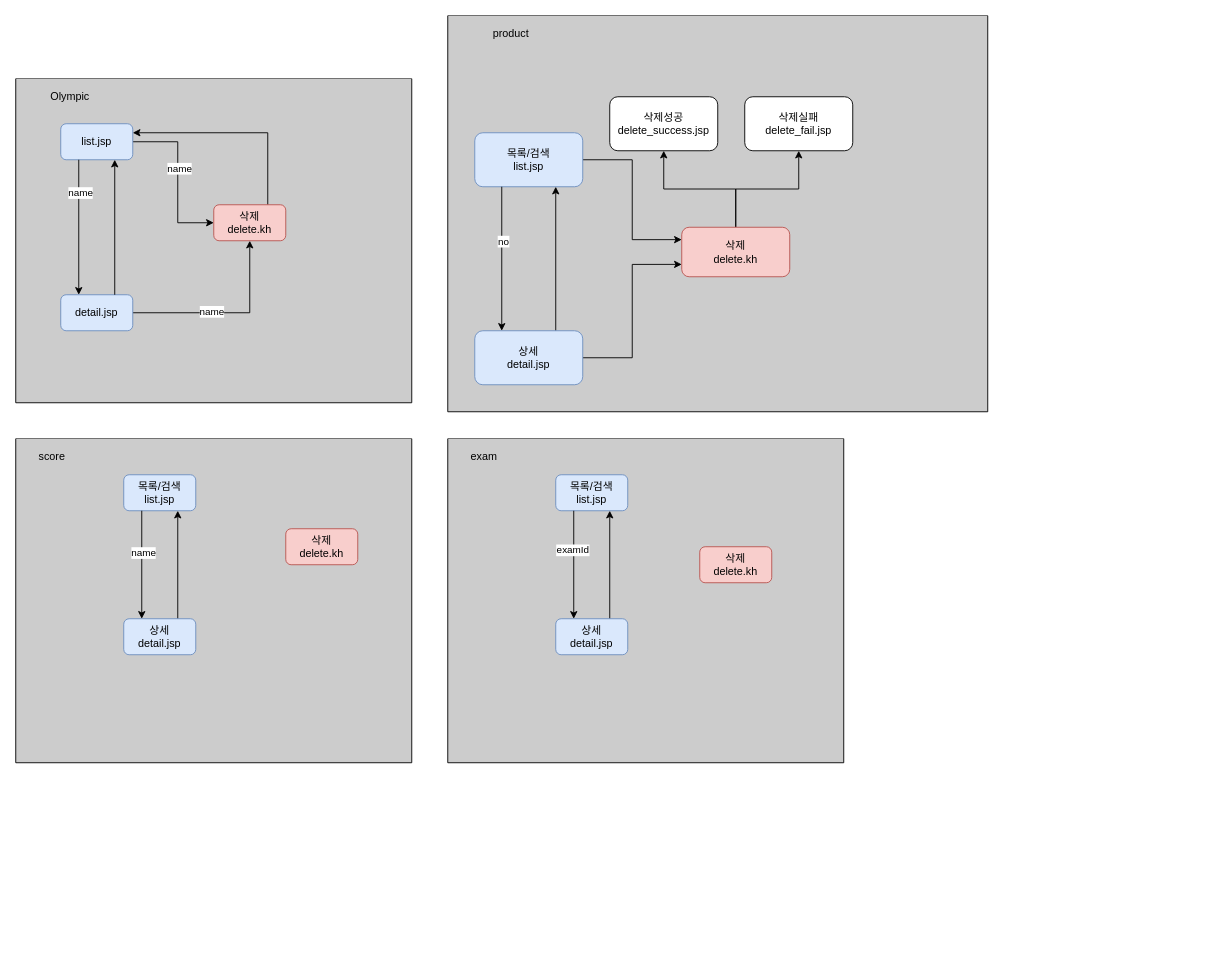
This is kh/study.drawio from junyup0503/diagram, a draw.io file, before an edit. Source tidied: cells renumbered, new cells numbered last; positions are measured from the earlier drawing's top-left corner, leaving out a move shared by most shapes. Both pictures are drawn from the tidied source at 90%, with x=0, y=0 at pixel (15, 15).
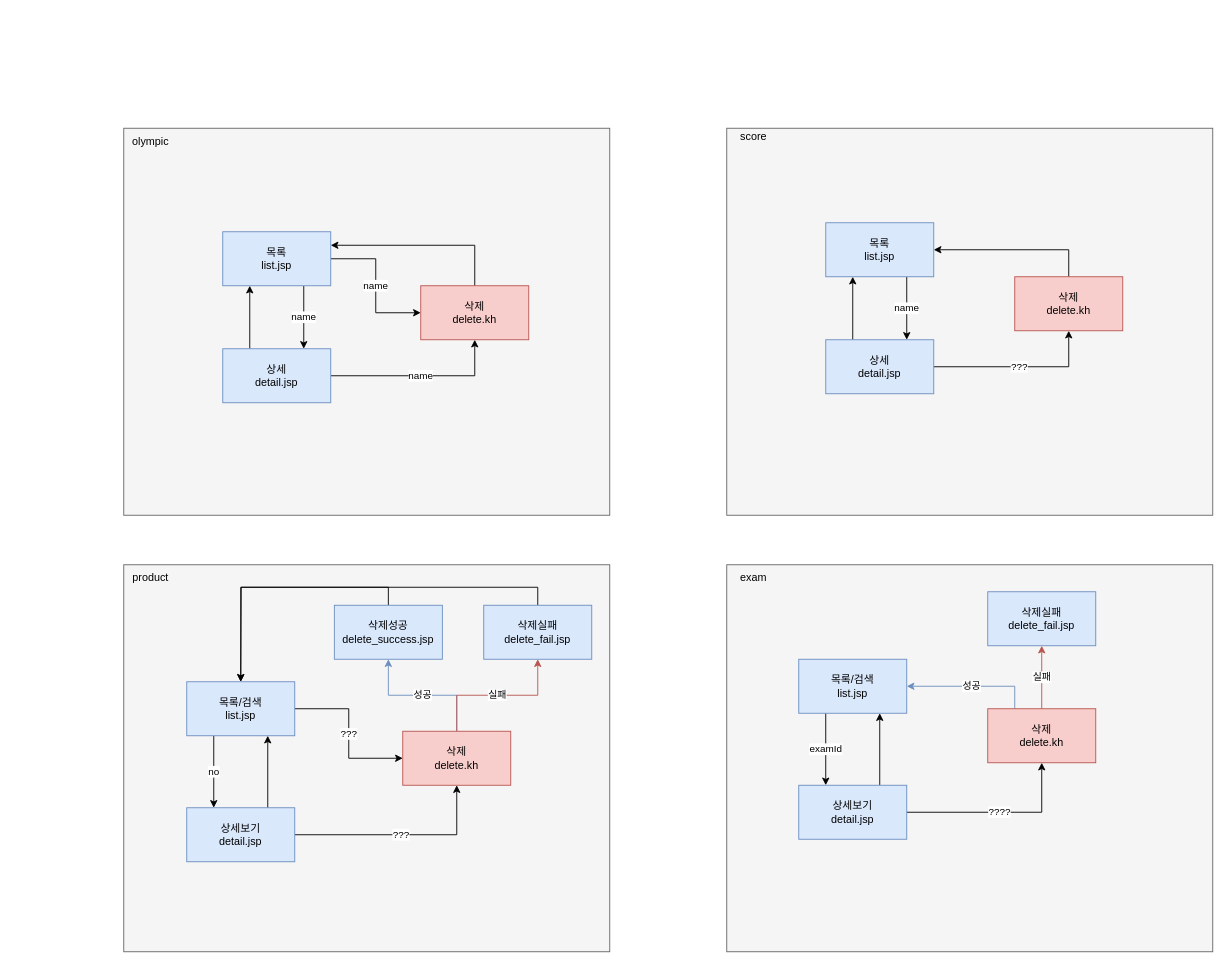
The same diagram, later.

The edit, as a diff of the source:
```diff
@@
-    <mxCell id="2" style="swimlane;startSize=0;rounded=1;swimlaneFillColor=#CCCCCC;" parent="1" vertex="1">
-      <mxGeometry x="480" width="600" height="440" as="geometry" />
-    </mxCell>
+    <mxCell id="46" style="rounded=0;whiteSpace=wrap;html=1;fillColor=#f5f5f5;fontColor=#333333;strokeColor=#666666;" parent="1" vertex="1">
+      <mxGeometry x="120" y="125" width="540" height="430" as="geometry" />
+    </mxCell>
+    <mxCell id="47" value="name" style="edgeStyle=orthogonalEdgeStyle;rounded=0;jettySize=auto;html=1;exitX=0.75;exitY=1;exitDx=0;exitDy=0;entryX=0.75;entryY=0;entryDx=0;entryDy=0;" parent="1" edge="1" source="49" target="52">
+      <mxGeometry relative="1" as="geometry" />
+    </mxCell>
+    <mxCell id="48" value="name" style="edgeStyle=orthogonalEdgeStyle;rounded=0;jettySize=auto;html=1;exitX=1;exitY=0.5;exitDx=0;exitDy=0;entryX=0;entryY=0.5;entryDx=0;entryDy=0;" parent="1" edge="1" source="49" target="72">
+      <mxGeometry relative="1" as="geometry" />
+    </mxCell>
+    <mxCell id="49" value="목록&lt;br&gt;list.jsp" style="rounded=0;whiteSpace=wrap;html=1;fillColor=#dae8fc;strokeColor=#6c8ebf;" parent="1" vertex="1">
+      <mxGeometry x="230" y="240" width="120" height="60" as="geometry" />
+    </mxCell>
+    <mxCell id="50" style="edgeStyle=orthogonalEdgeStyle;rounded=0;jettySize=auto;html=1;exitX=0.25;exitY=0;exitDx=0;exitDy=0;entryX=0.25;entryY=1;entryDx=0;entryDy=0;" parent="1" edge="1" source="52" target="49">
+      <mxGeometry relative="1" as="geometry" />
+    </mxCell>
+    <mxCell id="51" value="name" style="edgeStyle=orthogonalEdgeStyle;rounded=0;jettySize=auto;html=1;exitX=1;exitY=0.5;exitDx=0;exitDy=0;entryX=0.5;entryY=1;entryDx=0;entryDy=0;" parent="1" edge="1" source="52" target="72">
+      <mxGeometry relative="1" as="geometry" />
+    </mxCell>
+    <mxCell id="52" value="상세&lt;br&gt;detail.jsp" style="rounded=0;whiteSpace=wrap;html=1;fillColor=#dae8fc;strokeColor=#6c8ebf;" parent="1" vertex="1">
+      <mxGeometry x="230" y="370" width="120" height="60" as="geometry" />
+    </mxCell>
+    <mxCell id="53" value="olympic" style="text;html=1;strokeColor=none;fillColor=none;align=center;verticalAlign=middle;whiteSpace=wrap;rounded=0;" parent="1" vertex="1">
+      <mxGeometry x="120" y="125" width="60" height="30" as="geometry" />
+    </mxCell>
+    <mxCell id="54" style="rounded=0;whiteSpace=wrap;html=1;fillColor=#f5f5f5;fontColor=#333333;strokeColor=#666666;" parent="1" vertex="1">
+      <mxGeometry x="790" y="125" width="540" height="430" as="geometry" />
+    </mxCell>
+    <mxCell id="31" value="score" style="text;html=1;strokeColor=none;fillColor=none;align=center;verticalAlign=middle;whiteSpace=wrap;rounded=0;" parent="1" vertex="1">
+      <mxGeometry x="790" y="120" width="60" height="30" as="geometry" />
+    </mxCell>
+    <mxCell id="55" value="name" style="edgeStyle=orthogonalEdgeStyle;rounded=0;jettySize=auto;html=1;exitX=0.75;exitY=1;exitDx=0;exitDy=0;entryX=0.75;entryY=0;entryDx=0;entryDy=0;" parent="1" edge="1" source="56" target="59">
+      <mxGeometry relative="1" as="geometry" />
+    </mxCell>
+    <mxCell id="56" value="목록&lt;br&gt;list.jsp" style="rounded=0;whiteSpace=wrap;html=1;fillColor=#dae8fc;strokeColor=#6c8ebf;" parent="1" vertex="1">
+      <mxGeometry x="900" y="230" width="120" height="60" as="geometry" />
+    </mxCell>
+    <mxCell id="57" style="edgeStyle=orthogonalEdgeStyle;rounded=0;jettySize=auto;html=1;exitX=0.25;exitY=0;exitDx=0;exitDy=0;entryX=0.25;entryY=1;entryDx=0;entryDy=0;" parent="1" edge="1" source="59" target="56">
+      <mxGeometry relative="1" as="geometry" />
+    </mxCell>
+    <mxCell id="58" value="???" style="edgeStyle=orthogonalEdgeStyle;rounded=0;jettySize=auto;html=1;exitX=1;exitY=0.5;exitDx=0;exitDy=0;entryX=0.5;entryY=1;entryDx=0;entryDy=0;" parent="1" edge="1" source="59" target="74">
+      <mxGeometry relative="1" as="geometry" />
+    </mxCell>
+    <mxCell id="59" value="상세&lt;br&gt;detail.jsp" style="rounded=0;whiteSpace=wrap;html=1;fillColor=#dae8fc;strokeColor=#6c8ebf;" parent="1" vertex="1">
+      <mxGeometry x="900" y="360" width="120" height="60" as="geometry" />
+    </mxCell>
+    <mxCell id="60" style="rounded=0;whiteSpace=wrap;html=1;fillColor=#f5f5f5;fontColor=#333333;strokeColor=#666666;" parent="1" vertex="1">
+      <mxGeometry x="120" y="610" width="540" height="430" as="geometry" />
+    </mxCell>
-    <mxCell id="3" value="product" style="text;html=1;align=center;verticalAlign=middle;strokeColor=none;fillColor=none;rounded=1;" parent="2" vertex="1">
-      <mxGeometry x="40" y="10" width="60" height="20" as="geometry" />
+    <mxCell id="3" value="product" style="text;html=1;strokeColor=none;fillColor=none;align=center;verticalAlign=middle;whiteSpace=wrap;rounded=0;" parent="1" vertex="1">
+      <mxGeometry x="120" y="610" width="60" height="30" as="geometry" />
     </mxCell>
-    <mxCell id="4" style="edgeStyle=orthogonalEdgeStyle;rounded=0;jettySize=auto;html=1;exitX=1;exitY=0.5;exitDx=0;exitDy=0;entryX=0;entryY=0.25;entryDx=0;entryDy=0;" parent="2" edge="1" source="5" target="13">
-      <mxGeometry relative="1" as="geometry" />
-    </mxCell>
-    <mxCell id="5" value="목록/검색&lt;br&gt;list.jsp" style="whiteSpace=wrap;html=1;rounded=1;fillColor=#dae8fc;strokeColor=#6c8ebf;" parent="2" vertex="1">
-      <mxGeometry x="30" y="130" width="120" height="60" as="geometry" />
-    </mxCell>
-    <mxCell id="6" style="edgeStyle=orthogonalEdgeStyle;jettySize=auto;html=1;exitX=0.75;exitY=0;exitDx=0;exitDy=0;entryX=0.75;entryY=1;entryDx=0;entryDy=0;rounded=1;" parent="2" edge="1" source="8" target="5">
-      <mxGeometry relative="1" as="geometry" />
-    </mxCell>
-    <mxCell id="7" style="edgeStyle=orthogonalEdgeStyle;rounded=0;jettySize=auto;html=1;exitX=1;exitY=0.5;exitDx=0;exitDy=0;entryX=0;entryY=0.75;entryDx=0;entryDy=0;" parent="2" edge="1" source="8" target="13">
-      <mxGeometry relative="1" as="geometry" />
-    </mxCell>
-    <mxCell id="8" value="상세&lt;br&gt;detail.jsp" style="whiteSpace=wrap;html=1;rounded=1;fillColor=#dae8fc;strokeColor=#6c8ebf;" parent="2" vertex="1">
-      <mxGeometry x="30" y="350" width="120" height="60" as="geometry" />
-    </mxCell>
-    <mxCell id="9" style="endArrow=classic;html=1;exitX=0.25;exitY=1;exitDx=0;exitDy=0;entryX=0.25;entryY=0;entryDx=0;entryDy=0;rounded=1;" parent="2" edge="1" source="5" target="8">
-      <mxGeometry relative="1" as="geometry" />
-    </mxCell>
-    <mxCell id="10" value="no" style="edgeLabel;html=1;align=center;verticalAlign=middle;" parent="9" vertex="1">
-      <mxGeometry x="-0.25" y="1" relative="1" as="geometry" />
+    <mxCell id="10" value="no" style="edgeStyle=orthogonalEdgeStyle;rounded=0;jettySize=auto;html=1;exitX=0.25;exitY=1;exitDx=0;exitDy=0;entryX=0.25;entryY=0;entryDx=0;entryDy=0;" parent="1" edge="1" source="62" target="65">
+      <mxGeometry relative="1" as="geometry" />
     </mxCell>
-    <mxCell id="11" style="edgeStyle=orthogonalEdgeStyle;rounded=0;jettySize=auto;html=1;exitX=0.5;exitY=0;exitDx=0;exitDy=0;entryX=0.5;entryY=1;entryDx=0;entryDy=0;" parent="2" edge="1" source="13" target="14">
-      <mxGeometry relative="1" as="geometry" />
-    </mxCell>
-    <mxCell id="12" style="edgeStyle=orthogonalEdgeStyle;rounded=0;jettySize=auto;html=1;exitX=0.5;exitY=0;exitDx=0;exitDy=0;entryX=0.5;entryY=1;entryDx=0;entryDy=0;" parent="2" edge="1" source="13" target="16">
-      <mxGeometry relative="1" as="geometry" />
-    </mxCell>
-    <mxCell id="13" value="삭제&lt;br&gt;delete.kh" style="rounded=1;whiteSpace=wrap;html=1;fillColor=#f8cecc;strokeColor=#b85450;" parent="2" vertex="1">
-      <mxGeometry x="260" y="235" width="120" height="55" as="geometry" />
-    </mxCell>
+    <mxCell id="61" value="???" style="edgeStyle=orthogonalEdgeStyle;rounded=0;jettySize=auto;html=1;exitX=1;exitY=0.5;exitDx=0;exitDy=0;entryX=0;entryY=0.5;entryDx=0;entryDy=0;" parent="1" edge="1" source="62" target="77">
+      <mxGeometry relative="1" as="geometry" />
+    </mxCell>
+    <mxCell id="62" value="목록/검색&lt;br&gt;list.jsp" style="rounded=0;whiteSpace=wrap;html=1;fillColor=#dae8fc;strokeColor=#6c8ebf;" parent="1" vertex="1">
+      <mxGeometry x="190" y="740" width="120" height="60" as="geometry" />
+    </mxCell>
+    <mxCell id="63" style="edgeStyle=orthogonalEdgeStyle;rounded=0;jettySize=auto;html=1;exitX=0.75;exitY=0;exitDx=0;exitDy=0;entryX=0.75;entryY=1;entryDx=0;entryDy=0;" parent="1" edge="1" source="65" target="62">
+      <mxGeometry relative="1" as="geometry" />
+    </mxCell>
+    <mxCell id="64" value="???" style="edgeStyle=orthogonalEdgeStyle;rounded=0;jettySize=auto;html=1;exitX=1;exitY=0.5;exitDx=0;exitDy=0;entryX=0.5;entryY=1;entryDx=0;entryDy=0;" parent="1" edge="1" source="65" target="77">
+      <mxGeometry relative="1" as="geometry" />
+    </mxCell>
+    <mxCell id="65" value="상세보기&lt;br&gt;detail.jsp" style="rounded=0;whiteSpace=wrap;html=1;fillColor=#dae8fc;strokeColor=#6c8ebf;" parent="1" vertex="1">
+      <mxGeometry x="190" y="880" width="120" height="60" as="geometry" />
+    </mxCell>
+    <mxCell id="66" style="rounded=0;whiteSpace=wrap;html=1;fillColor=#f5f5f5;fontColor=#333333;strokeColor=#666666;" parent="1" vertex="1">
+      <mxGeometry x="790" y="610" width="540" height="430" as="geometry" />
+    </mxCell>
+    <mxCell id="39" value="exam" style="text;html=1;strokeColor=none;fillColor=none;align=center;verticalAlign=middle;whiteSpace=wrap;rounded=0;" parent="1" vertex="1">
+      <mxGeometry x="790" y="610" width="60" height="30" as="geometry" />
+    </mxCell>
+    <mxCell id="44" value="examId" style="edgeStyle=orthogonalEdgeStyle;rounded=0;jettySize=auto;html=1;exitX=0.25;exitY=1;exitDx=0;exitDy=0;entryX=0.25;entryY=0;entryDx=0;entryDy=0;" parent="1" edge="1" source="67" target="70">
+      <mxGeometry relative="1" as="geometry" />
+    </mxCell>
+    <mxCell id="67" value="목록/검색&lt;br&gt;list.jsp" style="rounded=0;whiteSpace=wrap;html=1;fillColor=#dae8fc;strokeColor=#6c8ebf;" parent="1" vertex="1">
+      <mxGeometry x="870" y="715" width="120" height="60" as="geometry" />
+    </mxCell>
+    <mxCell id="68" style="edgeStyle=orthogonalEdgeStyle;rounded=0;jettySize=auto;html=1;exitX=0.75;exitY=0;exitDx=0;exitDy=0;entryX=0.75;entryY=1;entryDx=0;entryDy=0;" parent="1" edge="1" source="70" target="67">
+      <mxGeometry relative="1" as="geometry" />
+    </mxCell>
+    <mxCell id="69" value="????" style="edgeStyle=orthogonalEdgeStyle;rounded=0;jettySize=auto;html=1;exitX=1;exitY=0.5;exitDx=0;exitDy=0;entryX=0.5;entryY=1;entryDx=0;entryDy=0;" parent="1" edge="1" source="70" target="83">
+      <mxGeometry relative="1" as="geometry" />
+    </mxCell>
+    <mxCell id="70" value="상세보기&lt;br&gt;detail.jsp" style="rounded=0;whiteSpace=wrap;html=1;fillColor=#dae8fc;strokeColor=#6c8ebf;" parent="1" vertex="1">
+      <mxGeometry x="870" y="855" width="120" height="60" as="geometry" />
+    </mxCell>
+    <mxCell id="71" style="edgeStyle=orthogonalEdgeStyle;rounded=0;jettySize=auto;html=1;exitX=0.5;exitY=0;exitDx=0;exitDy=0;entryX=1;entryY=0.25;entryDx=0;entryDy=0;" parent="1" edge="1" source="72" target="49">
+      <mxGeometry relative="1" as="geometry" />
+    </mxCell>
+    <mxCell id="72" value="삭제&lt;br&gt;delete.kh" style="rounded=0;whiteSpace=wrap;html=1;fillColor=#f8cecc;strokeColor=#b85450;" parent="1" vertex="1">
+      <mxGeometry x="450" y="300" width="120" height="60" as="geometry" />
+    </mxCell>
+    <mxCell id="73" style="edgeStyle=orthogonalEdgeStyle;rounded=0;jettySize=auto;html=1;exitX=0.5;exitY=0;exitDx=0;exitDy=0;entryX=1;entryY=0.5;entryDx=0;entryDy=0;" parent="1" edge="1" source="74" target="56">
+      <mxGeometry relative="1" as="geometry" />
+    </mxCell>
+    <mxCell id="74" value="삭제&lt;br&gt;delete.kh" style="rounded=0;whiteSpace=wrap;html=1;fillColor=#f8cecc;strokeColor=#b85450;" parent="1" vertex="1">
+      <mxGeometry x="1110" y="290" width="120" height="60" as="geometry" />
+    </mxCell>
+    <mxCell id="75" value="성공" style="edgeStyle=orthogonalEdgeStyle;rounded=0;jettySize=auto;html=1;exitX=0.5;exitY=0;exitDx=0;exitDy=0;entryX=0.5;entryY=1;entryDx=0;entryDy=0;fillColor=#dae8fc;strokeColor=#6c8ebf;" parent="1" edge="1" source="77" target="14">
+      <mxGeometry relative="1" as="geometry" />
+    </mxCell>
+    <mxCell id="76" value="실패" style="edgeStyle=orthogonalEdgeStyle;rounded=0;jettySize=auto;html=1;exitX=0.5;exitY=0;exitDx=0;exitDy=0;entryX=0.5;entryY=1;entryDx=0;entryDy=0;fillColor=#f8cecc;strokeColor=#b85450;" parent="1" edge="1" source="77" target="80">
+      <mxGeometry relative="1" as="geometry" />
+    </mxCell>
+    <mxCell id="77" value="삭제&lt;br&gt;delete.kh" style="rounded=0;whiteSpace=wrap;html=1;fillColor=#f8cecc;strokeColor=#b85450;" parent="1" vertex="1">
+      <mxGeometry x="430" y="795" width="120" height="60" as="geometry" />
+    </mxCell>
+    <mxCell id="78" style="edgeStyle=orthogonalEdgeStyle;rounded=0;jettySize=auto;html=1;exitX=0.5;exitY=0;exitDx=0;exitDy=0;entryX=0.5;entryY=0;entryDx=0;entryDy=0;" parent="1" edge="1" source="14" target="62">
+      <mxGeometry relative="1" as="geometry" />
+    </mxCell>
-    <mxCell id="14" value="삭제성공&lt;br&gt;delete_success.jsp" style="rounded=1;whiteSpace=wrap;html=1;" parent="2" vertex="1">
-      <mxGeometry x="180" y="90" width="120" height="60" as="geometry" />
+    <mxCell id="14" value="삭제성공&lt;br&gt;delete_success.jsp" style="rounded=0;whiteSpace=wrap;html=1;fillColor=#dae8fc;strokeColor=#6c8ebf;" parent="1" vertex="1">
+      <mxGeometry x="354" y="655" width="120" height="60" as="geometry" />
     </mxCell>
-    <mxCell id="15" style="edgeStyle=orthogonalEdgeStyle;rounded=0;orthogonalLoop=1;jettySize=auto;html=1;exitX=0.5;exitY=1;exitDx=0;exitDy=0;" parent="2" edge="1" source="13" target="13">
-      <mxGeometry relative="1" as="geometry" />
-    </mxCell>
-    <mxCell id="16" value="삭제실패&lt;br&gt;delete_fail.jsp" style="rounded=1;whiteSpace=wrap;html=1;" parent="2" vertex="1">
-      <mxGeometry x="330" y="90" width="120" height="60" as="geometry" />
-    </mxCell>
-    <mxCell id="17" style="swimlane;startSize=0;swimlaneFillColor=#CCCCCC;rounded=1;" parent="1" vertex="1">
-      <mxGeometry y="70" width="440" height="360" as="geometry" />
-    </mxCell>
-    <mxCell id="18" style="edgeStyle=orthogonalEdgeStyle;rounded=0;jettySize=auto;html=1;exitX=1;exitY=0.5;exitDx=0;exitDy=0;entryX=0.5;entryY=1;entryDx=0;entryDy=0;" parent="17" edge="1" source="20" target="29">
-      <mxGeometry relative="1" as="geometry" />
-    </mxCell>
-    <mxCell id="19" value="name" style="edgeLabel;html=1;align=center;verticalAlign=middle;" parent="18" vertex="1">
-      <mxGeometry x="-0.17" y="2" relative="1" as="geometry" />
-    </mxCell>
-    <mxCell id="20" value="detail.jsp" style="whiteSpace=wrap;html=1;rounded=1;fillColor=#dae8fc;strokeColor=#6c8ebf;" parent="17" vertex="1">
-      <mxGeometry x="50" y="240" width="80" height="40" as="geometry" />
-    </mxCell>
-    <mxCell id="21" style="edgeStyle=orthogonalEdgeStyle;rounded=0;jettySize=auto;html=1;exitX=1;exitY=0.5;exitDx=0;exitDy=0;" parent="17" edge="1" source="23" target="29">
-      <mxGeometry relative="1" as="geometry">
-        <Array as="points">
-          <mxPoint x="180" y="70" />
-          <mxPoint x="180" y="160" />
-        </Array>
-      </mxGeometry>
-    </mxCell>
-    <mxCell id="22" value="name" style="edgeLabel;html=1;align=center;verticalAlign=middle;" parent="21" vertex="1">
-      <mxGeometry x="-0.12" y="1" relative="1" as="geometry" />
-    </mxCell>
-    <mxCell id="23" value="list.jsp" style="whiteSpace=wrap;html=1;rounded=1;fillColor=#dae8fc;strokeColor=#6c8ebf;" parent="17" vertex="1">
-      <mxGeometry x="50" y="50" width="80" height="40" as="geometry" />
-    </mxCell>
-    <mxCell id="24" style="edgeStyle=orthogonalEdgeStyle;jettySize=auto;html=1;entryX=0.25;entryY=0;entryDx=0;entryDy=0;rounded=1;exitX=0.25;exitY=1;exitDx=0;exitDy=0;" parent="17" edge="1" source="23" target="20">
-      <mxGeometry relative="1" as="geometry" />
-    </mxCell>
-    <mxCell id="25" value="name" style="edgeLabel;html=1;align=center;verticalAlign=middle;rounded=1;" parent="24" vertex="1">
-      <mxGeometry x="-0.52" y="1" relative="1" as="geometry" />
-    </mxCell>
-    <mxCell id="26" style="edgeStyle=orthogonalEdgeStyle;jettySize=auto;html=1;exitX=0.75;exitY=0;exitDx=0;exitDy=0;entryX=0.75;entryY=1;entryDx=0;entryDy=0;rounded=1;" parent="17" edge="1" source="20" target="23">
-      <mxGeometry relative="1" as="geometry" />
-    </mxCell>
-    <mxCell id="27" value="Olympic" style="text;html=1;align=center;verticalAlign=middle;strokeColor=none;fillColor=none;rounded=1;" parent="17" vertex="1">
-      <mxGeometry x="30" y="10" width="60" height="20" as="geometry" />
-    </mxCell>
-    <mxCell id="28" style="edgeStyle=orthogonalEdgeStyle;rounded=0;jettySize=auto;html=1;exitX=0.75;exitY=0;exitDx=0;exitDy=0;entryX=1;entryY=0.25;entryDx=0;entryDy=0;" parent="17" edge="1" source="29" target="23">
-      <mxGeometry relative="1" as="geometry" />
-    </mxCell>
-    <mxCell id="29" value="삭제&lt;br&gt;delete.kh" style="rounded=1;whiteSpace=wrap;html=1;fillColor=#f8cecc;strokeColor=#b85450;" parent="17" vertex="1">
-      <mxGeometry x="220" y="140" width="80" height="40" as="geometry" />
-    </mxCell>
-    <mxCell id="30" style="swimlane;startSize=0;swimlaneFillColor=#CCCCCC;rounded=1;" parent="1" vertex="1">
-      <mxGeometry y="470" width="440" height="360" as="geometry" />
-    </mxCell>
-    <mxCell id="31" value="score" style="text;html=1;align=center;verticalAlign=middle;strokeColor=none;fillColor=none;rounded=1;" parent="30" vertex="1">
-      <mxGeometry x="20" y="10" width="40" height="20" as="geometry" />
-    </mxCell>
-    <mxCell id="32" value="목록/검색&lt;br&gt;list.jsp" style="whiteSpace=wrap;html=1;rounded=1;fillColor=#dae8fc;strokeColor=#6c8ebf;" parent="30" vertex="1">
-      <mxGeometry x="120" y="40" width="80" height="40" as="geometry" />
-    </mxCell>
-    <mxCell id="33" style="edgeStyle=orthogonalEdgeStyle;jettySize=auto;html=1;exitX=0.75;exitY=0;exitDx=0;exitDy=0;entryX=0.75;entryY=1;entryDx=0;entryDy=0;rounded=1;" parent="30" edge="1" source="34" target="32">
-      <mxGeometry relative="1" as="geometry" />
-    </mxCell>
-    <mxCell id="34" value="상세&lt;br&gt;detail.jsp" style="whiteSpace=wrap;html=1;rounded=1;fillColor=#dae8fc;strokeColor=#6c8ebf;" parent="30" vertex="1">
-      <mxGeometry x="120" y="200" width="80" height="40" as="geometry" />
-    </mxCell>
-    <mxCell id="35" style="endArrow=classic;html=1;exitX=0.25;exitY=1;exitDx=0;exitDy=0;entryX=0.25;entryY=0;entryDx=0;entryDy=0;rounded=1;" parent="30" edge="1" source="32" target="34">
-      <mxGeometry relative="1" as="geometry" />
-    </mxCell>
-    <mxCell id="36" value="name" style="edgeLabel;html=1;align=center;verticalAlign=middle;" parent="35" vertex="1">
-      <mxGeometry x="-0.23" y="1" relative="1" as="geometry" />
-    </mxCell>
-    <mxCell id="37" value="삭제&lt;br&gt;delete.kh" style="rounded=1;whiteSpace=wrap;html=1;fillColor=#f8cecc;strokeColor=#b85450;" parent="30" vertex="1">
-      <mxGeometry x="300" y="100" width="80" height="40" as="geometry" />
-    </mxCell>
-    <mxCell id="38" style="swimlane;startSize=0;rotation=0;rounded=1;swimlaneFillColor=#CCCCCC;" parent="1" vertex="1">
-      <mxGeometry x="480" y="470" width="440" height="360" as="geometry" />
-    </mxCell>
-    <mxCell id="39" value="exam" style="text;html=1;align=center;verticalAlign=middle;strokeColor=none;fillColor=none;rotation=0;rounded=1;" parent="38" vertex="1">
-      <mxGeometry x="20" y="10" width="40" height="20" as="geometry" />
-    </mxCell>
-    <mxCell id="40" value="목록/검색&lt;br&gt;list.jsp" style="whiteSpace=wrap;html=1;rotation=0;rounded=1;fillColor=#dae8fc;strokeColor=#6c8ebf;" parent="38" vertex="1">
-      <mxGeometry x="120" y="40" width="80" height="40" as="geometry" />
-    </mxCell>
-    <mxCell id="41" style="edgeStyle=orthogonalEdgeStyle;jettySize=auto;html=1;exitX=0.75;exitY=0;exitDx=0;exitDy=0;entryX=0.75;entryY=1;entryDx=0;entryDy=0;rounded=1;" parent="38" edge="1" source="42" target="40">
-      <mxGeometry relative="1" as="geometry" />
-    </mxCell>
-    <mxCell id="42" value="상세&lt;br&gt;detail.jsp" style="whiteSpace=wrap;html=1;rotation=0;rounded=1;fillColor=#dae8fc;strokeColor=#6c8ebf;" parent="38" vertex="1">
-      <mxGeometry x="120" y="200" width="80" height="40" as="geometry" />
-    </mxCell>
-    <mxCell id="43" style="endArrow=classic;html=1;exitX=0.25;exitY=1;exitDx=0;exitDy=0;entryX=0.25;entryY=0;entryDx=0;entryDy=0;rounded=1;" parent="38" edge="1" source="40" target="42">
-      <mxGeometry relative="1" as="geometry" />
-    </mxCell>
-    <mxCell id="44" value="examId" style="edgeLabel;html=1;align=center;verticalAlign=middle;" parent="43" vertex="1">
-      <mxGeometry x="-0.28" y="-2" relative="1" as="geometry" />
-    </mxCell>
-    <mxCell id="45" value="삭제&lt;br&gt;delete.kh" style="rounded=1;whiteSpace=wrap;html=1;fillColor=#f8cecc;strokeColor=#b85450;" parent="38" vertex="1">
-      <mxGeometry x="280" y="120" width="80" height="40" as="geometry" />
-    </mxCell>
+    <mxCell id="79" style="edgeStyle=orthogonalEdgeStyle;rounded=0;jettySize=auto;html=1;exitX=0.5;exitY=0;exitDx=0;exitDy=0;" parent="1" edge="1" source="80">
+      <mxGeometry relative="1" as="geometry">
+        <mxPoint x="250" y="740" as="targetPoint" />
+      </mxGeometry>
+    </mxCell>
+    <mxCell id="80" value="삭제실패&lt;br&gt;delete_fail.jsp" style="rounded=0;whiteSpace=wrap;html=1;fillColor=#dae8fc;strokeColor=#6c8ebf;" parent="1" vertex="1">
+      <mxGeometry x="520" y="655" width="120" height="60" as="geometry" />
+    </mxCell>
+    <mxCell id="81" value="성공" style="edgeStyle=orthogonalEdgeStyle;rounded=0;jettySize=auto;html=1;exitX=0.25;exitY=0;exitDx=0;exitDy=0;entryX=1;entryY=0.5;entryDx=0;entryDy=0;fillColor=#dae8fc;strokeColor=#6c8ebf;" parent="1" edge="1" source="83" target="67">
+      <mxGeometry relative="1" as="geometry" />
+    </mxCell>
+    <mxCell id="82" value="실패" style="edgeStyle=orthogonalEdgeStyle;rounded=0;jettySize=auto;html=1;exitX=0.5;exitY=0;exitDx=0;exitDy=0;entryX=0.5;entryY=1;entryDx=0;entryDy=0;fillColor=#f8cecc;strokeColor=#b85450;" parent="1" edge="1" source="83" target="84">
+      <mxGeometry relative="1" as="geometry" />
+    </mxCell>
+    <mxCell id="83" value="삭제&lt;br&gt;delete.kh" style="rounded=0;whiteSpace=wrap;html=1;fillColor=#f8cecc;strokeColor=#b85450;" parent="1" vertex="1">
+      <mxGeometry x="1080" y="770" width="120" height="60" as="geometry" />
+    </mxCell>
+    <mxCell id="84" value="삭제실패&lt;br&gt;delete_fail.jsp" style="rounded=0;whiteSpace=wrap;html=1;fillColor=#dae8fc;strokeColor=#6c8ebf;" parent="1" vertex="1">
+      <mxGeometry x="1080" y="640" width="120" height="60" as="geometry" />
+    </mxCell>
```
